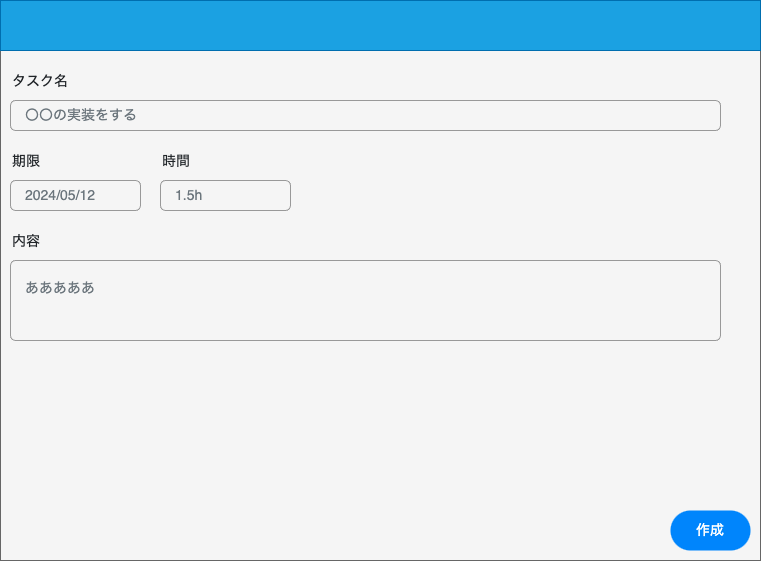
Before: screen_desgin/assets/task_create.drawio.png, a diagram exported from draw.io (kanorix/task_management_app). Source tidied: cells renumbered, new cells last; positions are measured from the earlier drawing's top-left corner, leaving out a move shared by most shapes.
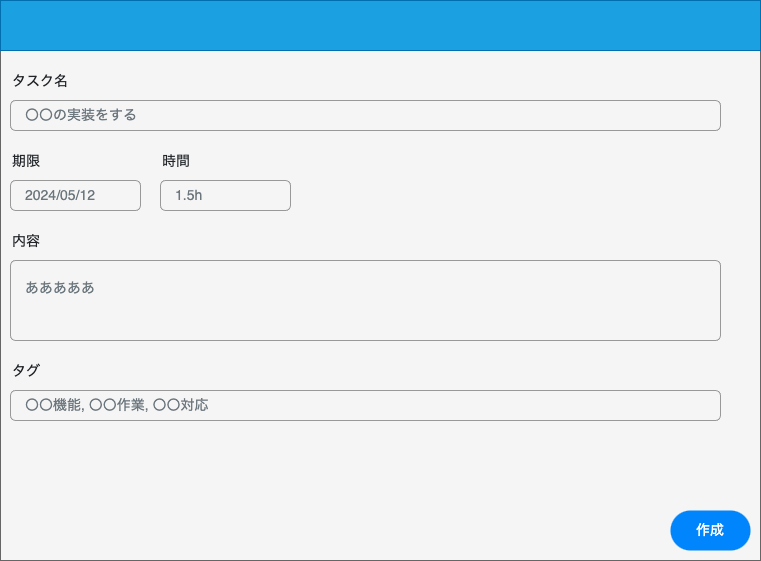
After the commit.

Diff of the diagram source:
```diff
@@ -41,5 +41,11 @@
     <mxCell id="12" value="1.5h" style="html=1;shadow=0;dashed=0;shape=mxgraph.bootstrap.rrect;rSize=5;fillColor=none;strokeColor=#999999;align=left;spacing=15;fontSize=14;fontColor=#6C767D;" parent="1" vertex="1">
       <mxGeometry x="160" y="180" width="130" height="30" as="geometry" />
     </mxCell>
+    <mxCell id="13" value="タグ" style="fillColor=none;strokeColor=none;align=left;fontSize=14;fontColor=#212529;" parent="1" vertex="1">
+      <mxGeometry x="10" y="350" width="260" height="40" as="geometry" />
+    </mxCell>
+    <mxCell id="14" value="〇〇機能, 〇〇作業, 〇〇対応" style="html=1;shadow=0;dashed=0;shape=mxgraph.bootstrap.rrect;rSize=5;fillColor=none;strokeColor=#999999;align=left;spacing=15;fontSize=14;fontColor=#6C767D;" parent="1" vertex="1">
+      <mxGeometry x="10" y="390" width="710" height="30" as="geometry" />
+    </mxCell>
   </root>
 </mxGraphModel>
```
